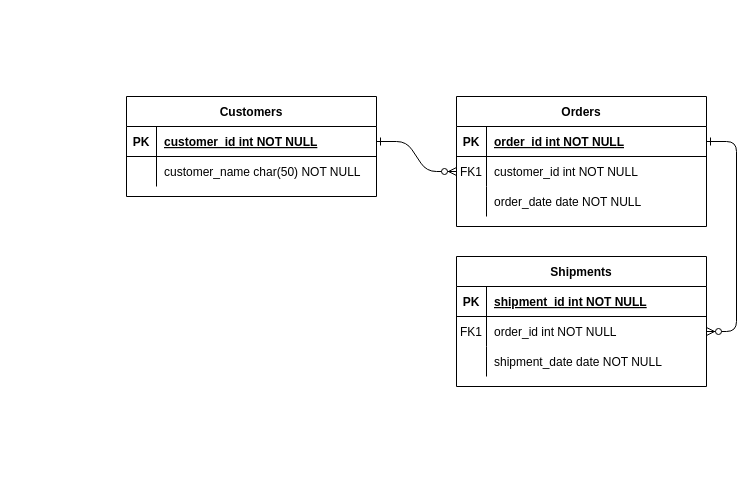
This is Untitled Diagram.drawio from ngthtuyen9823/DSAA-ATM, a draw.io file, before an edit. Source tidied: cells renumbered, new cells numbered last; positions are measured from the earlier drawing's top-left corner, leaving out a move shared by most shapes. Both pictures are drawn from the tidied source at 100%, with x=0, y=0 at pixel (126, 96).
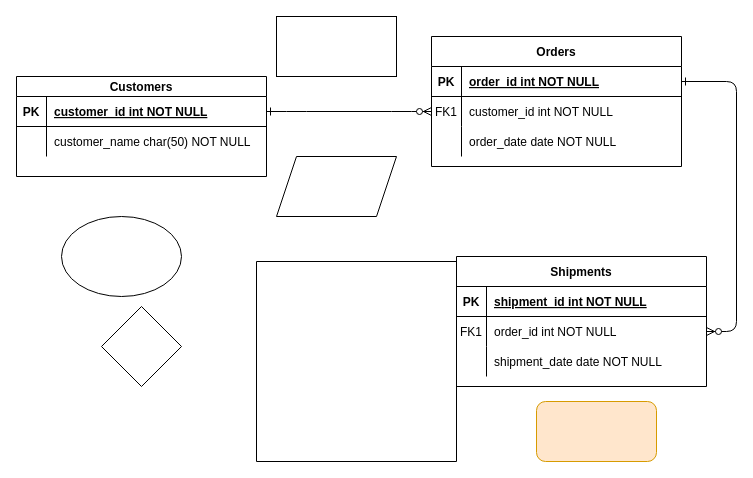
Above is the later version.

Diff of the diagram source:
```diff
@@
     <mxCell id="4" value="Orders" style="shape=table;startSize=30;childLayout=tableLayout;rowLines=0;fontStyle=1;align=center;" parent="1" vertex="1">
-      <mxGeometry x="330" width="250" height="130" as="geometry" />
+      <mxGeometry x="305" y="-60" width="250" height="130" as="geometry" />
     </mxCell>
@@
-    <mxCell id="24" value="Customers" style="shape=table;startSize=30;childLayout=tableLayout;rowLines=0;fontStyle=1;align=center;" parent="1" vertex="1">
-      <mxGeometry width="250" height="100" as="geometry" />
+    <mxCell id="24" value="Customers" style="shape=table;startSize=20;childLayout=tableLayout;rowLines=0;fontStyle=1;align=center;" parent="1" vertex="1">
+      <mxGeometry x="-110" y="-20" width="250" height="100" as="geometry" />
     </mxCell>
     <mxCell id="25" style="shape=partialRectangle;fillColor=none;points=[[0,0.5],[1,0.5]];portConstraint=eastwest;top=0;left=0;right=0;bottom=1;" parent="24" vertex="1">
-      <mxGeometry y="30" width="250" height="30" as="geometry" />
+      <mxGeometry y="20" width="250" height="30" as="geometry" />
     </mxCell>
@@
     <mxCell id="28" style="shape=partialRectangle;fillColor=none;top=0;left=0;right=0;bottom=0;" parent="24" vertex="1">
-      <mxGeometry y="60" width="250" height="30" as="geometry" />
+      <mxGeometry y="50" width="250" height="30" as="geometry" />
     </mxCell>
@@
+    <mxCell id="31" style="rhombus;whiteSpace=wrap;html=1;" parent="1" vertex="1">
+      <mxGeometry x="-25" y="210" width="80" height="80" as="geometry" />
+    </mxCell>
+    <mxCell id="32" style="swimlane;startSize=0;" parent="1" vertex="1">
+      <mxGeometry x="130" y="165" width="200" height="200" as="geometry" />
+    </mxCell>
+    <mxCell id="33" style="ellipse;whiteSpace=wrap;html=1;" parent="1" vertex="1">
+      <mxGeometry x="-65" y="120" width="120" height="80" as="geometry" />
+    </mxCell>
+    <mxCell id="34" style="shape=parallelogram;perimeter=parallelogramPerimeter;whiteSpace=wrap;html=1;fixedSize=1;" parent="1" vertex="1">
+      <mxGeometry x="150" y="60" width="120" height="60" as="geometry" />
+    </mxCell>
+    <mxCell id="35" style="rounded=0;whiteSpace=wrap;html=1;" parent="1" vertex="1">
+      <mxGeometry x="150" y="-80" width="120" height="60" as="geometry" />
+    </mxCell>
+    <mxCell id="36" style="rounded=1;whiteSpace=wrap;html=1;fillColor=#ffe6cc;strokeColor=#d79b00;" parent="1" vertex="1">
+      <mxGeometry x="410" y="305" width="120" height="60" as="geometry" />
+    </mxCell>
```
